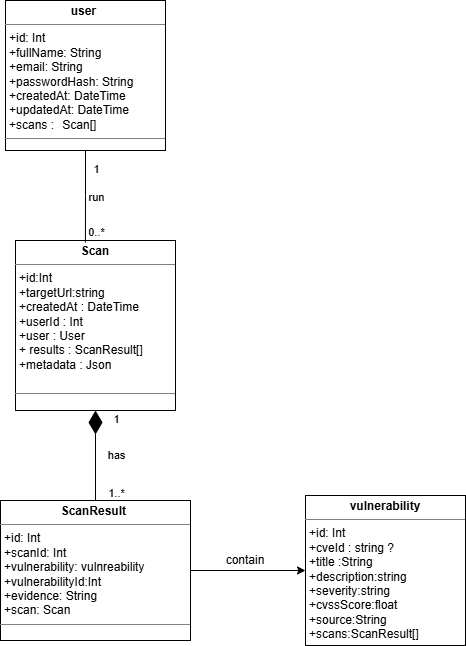
Earlier version of the draw.io export uploads/diagrams/classglobal.drawio.png (guizanimohamed23/report). Source tidied: cells renumbered, new cells last; positions are measured from the earlier drawing's top-left corner, leaving out a move shared by most shapes.
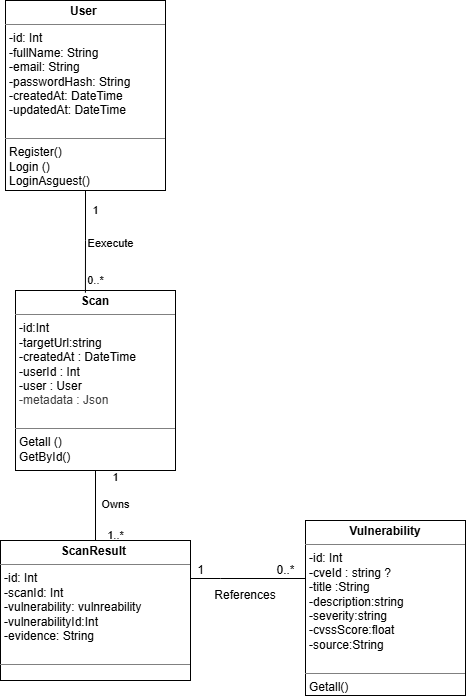
The same diagram one commit later.

What changed in the source:
```diff
@@ -2,7 +2,7 @@
   <root>
     <mxCell id="0" />
     <mxCell id="1" parent="0" />
-    <mxCell id="2" style="edgeStyle=orthogonalEdgeStyle;rounded=0;jettySize=auto;html=1;endArrow=none;endFill=0;startArrow=diamondThin;startFill=1;endSize=21;startSize=21;" parent="1" edge="1" source="6" target="9">
+    <mxCell id="2" style="edgeStyle=orthogonalEdgeStyle;rounded=0;jettySize=auto;html=1;endArrow=none;endFill=0;startArrow=none;startFill=0;endSize=21;startSize=21;" parent="1" edge="1" source="6" target="9">
       <mxGeometry relative="1" as="geometry" />
     </mxCell>
     <mxCell id="3" value="1..*" style="edgeLabel;html=1;align=center;verticalAlign=middle;" parent="2" vertex="1">
@@ -10,7 +10,7 @@
         <mxPoint x="21" as="offset" />
       </mxGeometry>
     </mxCell>
-    <mxCell id="4" value="has" style="edgeLabel;html=1;align=center;verticalAlign=middle;" parent="2" vertex="1">
+    <mxCell id="4" value="Owns" style="edgeLabel;html=1;align=center;verticalAlign=middle;" parent="2" vertex="1">
       <mxGeometry x="-0.03" relative="1" as="geometry">
         <mxPoint x="20" as="offset" />
       </mxGeometry>
@@ -20,17 +20,22 @@
         <mxPoint x="22" as="offset" />
       </mxGeometry>
     </mxCell>
-    <mxCell id="6" value="&lt;p style=&quot;margin:0px;margin-top:4px;text-align:center;&quot;&gt;&lt;b&gt;Scan&lt;/b&gt;&lt;/p&gt;&lt;hr size=&quot;1&quot; style=&quot;border-style:solid;&quot;&gt;&lt;p style=&quot;margin:0px;margin-left:4px;&quot;&gt;+id:Int&lt;/p&gt;&lt;p style=&quot;margin:0px;margin-left:4px;&quot;&gt;+targetUrl:string&amp;nbsp;&lt;/p&gt;&lt;p style=&quot;margin:0px;margin-left:4px;&quot;&gt;+createdAt : DateTime&lt;/p&gt;&lt;p style=&quot;margin:0px;margin-left:4px;&quot;&gt;&lt;span style=&quot;background-color: transparent; color: light-dark(rgb(0, 0, 0), rgb(255, 255, 255));&quot;&gt;+&lt;/span&gt;&lt;span style=&quot;background-color: transparent;&quot;&gt;userId :&lt;/span&gt;&lt;span style=&quot;background-color: transparent; color: light-dark(rgb(0, 0, 0), rgb(255, 255, 255));&quot;&gt;&amp;nbsp;&lt;/span&gt;&lt;span style=&quot;background-color: transparent;&quot;&gt;Int&lt;/span&gt;&lt;/p&gt;&lt;p style=&quot;margin:0px;margin-left:4px;&quot;&gt;+user :&amp;nbsp;User&lt;/p&gt;&lt;p style=&quot;margin:0px;margin-left:4px;&quot;&gt;+ results : ScanResult[]&lt;/p&gt;&lt;p style=&quot;margin:0px;margin-left:4px;&quot;&gt;+metadata :&amp;nbsp;Json&amp;nbsp;&lt;/p&gt;&lt;p style=&quot;margin:0px;margin-left:4px;&quot;&gt;&lt;br&gt;&lt;/p&gt;&lt;hr size=&quot;1&quot; style=&quot;border-style:solid;&quot;&gt;&lt;p style=&quot;margin:0px;margin-left:4px;&quot;&gt;&lt;br&gt;&lt;/p&gt;" style="verticalAlign=top;align=left;overflow=fill;html=1;whiteSpace=wrap;" parent="1" vertex="1">
-      <mxGeometry x="15" y="240" width="160" height="170" as="geometry" />
+    <mxCell id="6" value="&lt;p style=&quot;margin:0px;margin-top:4px;text-align:center;&quot;&gt;&lt;b&gt;Scan&lt;/b&gt;&lt;/p&gt;&lt;hr size=&quot;1&quot; style=&quot;border-style:solid;&quot;&gt;&lt;p style=&quot;margin:0px;margin-left:4px;&quot;&gt;-id:Int&lt;/p&gt;&lt;p style=&quot;margin:0px;margin-left:4px;&quot;&gt;-targetUrl:string&amp;nbsp;&lt;/p&gt;&lt;p style=&quot;margin:0px;margin-left:4px;&quot;&gt;-createdAt : DateTime&lt;/p&gt;&lt;p style=&quot;margin:0px;margin-left:4px;&quot;&gt;&lt;span style=&quot;background-color: transparent;&quot;&gt;&lt;font color=&quot;#000000&quot;&gt;-&lt;/font&gt;userId :&lt;/span&gt;&lt;span style=&quot;background-color: transparent; color: light-dark(rgb(0, 0, 0), rgb(255, 255, 255));&quot;&gt;&amp;nbsp;&lt;/span&gt;&lt;span style=&quot;background-color: transparent;&quot;&gt;Int&lt;/span&gt;&lt;/p&gt;&lt;p style=&quot;margin:0px;margin-left:4px;&quot;&gt;-user :&amp;nbsp;User&lt;/p&gt;&lt;p style=&quot;margin:0px;margin-left:4px;&quot;&gt;&lt;span style=&quot;color: rgb(63, 63, 63); background-color: transparent;&quot;&gt;-metadata :&amp;nbsp;Json&amp;nbsp;&lt;/span&gt;&lt;/p&gt;&lt;p style=&quot;margin:0px;margin-left:4px;&quot;&gt;&lt;br&gt;&lt;/p&gt;&lt;hr size=&quot;1&quot; style=&quot;border-style:solid;&quot;&gt;&lt;p style=&quot;margin:0px;margin-left:4px;&quot;&gt;Getall ()&lt;/p&gt;&lt;p style=&quot;margin:0px;margin-left:4px;&quot;&gt;GetById()&lt;br&gt;&lt;br&gt;&lt;/p&gt;" style="verticalAlign=top;align=left;overflow=fill;html=1;whiteSpace=wrap;" parent="1" vertex="1">
+      <mxGeometry x="15" y="290" width="160" height="180" as="geometry" />
     </mxCell>
-    <mxCell id="7" value="&lt;p style=&quot;margin:0px;margin-top:4px;text-align:center;&quot;&gt;&lt;b&gt;user&amp;nbsp;&lt;/b&gt;&lt;/p&gt;&lt;hr size=&quot;1&quot; style=&quot;border-style:solid;&quot;&gt;&lt;p style=&quot;margin:0px;margin-left:4px;&quot;&gt;+id: Int&lt;/p&gt;&lt;p style=&quot;margin:0px;margin-left:4px;&quot;&gt;+fullName: String&lt;/p&gt;&lt;p style=&quot;margin:0px;margin-left:4px;&quot;&gt;+email: String&lt;/p&gt;&lt;p style=&quot;margin:0px;margin-left:4px;&quot;&gt;+passwordHash: String&lt;/p&gt;&lt;p style=&quot;margin:0px;margin-left:4px;&quot;&gt;+createdAt: DateTime&lt;/p&gt;&lt;p style=&quot;margin:0px;margin-left:4px;&quot;&gt;+updatedAt: DateTime&lt;/p&gt;&lt;p style=&quot;margin:0px;margin-left:4px;&quot;&gt;+scans :&amp;nbsp;&lt;span style=&quot;white-space: pre;&quot;&gt;&#9;&lt;/span&gt;&lt;span style=&quot;background-color: transparent;&quot;&gt;Scan[]&lt;/span&gt;&lt;/p&gt;&lt;hr size=&quot;1&quot; style=&quot;border-style:solid;&quot;&gt;&lt;p style=&quot;margin:0px;margin-left:4px;&quot;&gt;&lt;br&gt;&lt;/p&gt;" style="verticalAlign=top;align=left;overflow=fill;html=1;whiteSpace=wrap;" parent="1" vertex="1">
-      <mxGeometry x="5" width="160" height="150" as="geometry" />
+    <mxCell id="7" value="&lt;p style=&quot;margin:0px;margin-top:4px;text-align:center;&quot;&gt;&lt;b&gt;User&amp;nbsp;&lt;/b&gt;&lt;/p&gt;&lt;hr size=&quot;1&quot; style=&quot;border-style:solid;&quot;&gt;&lt;p style=&quot;margin:0px;margin-left:4px;&quot;&gt;-id: Int&lt;/p&gt;&lt;p style=&quot;margin:0px;margin-left:4px;&quot;&gt;-fullName: String&lt;/p&gt;&lt;p style=&quot;margin:0px;margin-left:4px;&quot;&gt;-email: String&lt;/p&gt;&lt;p style=&quot;margin:0px;margin-left:4px;&quot;&gt;-passwordHash: String&lt;/p&gt;&lt;p style=&quot;margin:0px;margin-left:4px;&quot;&gt;-createdAt: DateTime&lt;/p&gt;&lt;p style=&quot;margin:0px;margin-left:4px;&quot;&gt;-updatedAt: DateTime&lt;/p&gt;&lt;p style=&quot;margin:0px;margin-left:4px;&quot;&gt;&lt;br&gt;&lt;/p&gt;&lt;hr size=&quot;1&quot; style=&quot;border-style:solid;&quot;&gt;&lt;p style=&quot;margin:0px;margin-left:4px;&quot;&gt;Register()&lt;/p&gt;&lt;p style=&quot;margin:0px;margin-left:4px;&quot;&gt;Login ()&lt;/p&gt;&lt;p style=&quot;margin:0px;margin-left:4px;&quot;&gt;LoginAsguest()&lt;br&gt;&lt;br&gt;&lt;/p&gt;" style="verticalAlign=top;align=left;overflow=fill;html=1;whiteSpace=wrap;" parent="1" vertex="1">
+      <mxGeometry x="5" width="160" height="190" as="geometry" />
     </mxCell>
-    <mxCell id="8" style="edgeStyle=orthogonalEdgeStyle;rounded=0;jettySize=auto;html=1;" parent="1" edge="1" source="9" target="14">
-      <mxGeometry relative="1" as="geometry" />
+    <mxCell id="8" style="edgeStyle=orthogonalEdgeStyle;rounded=0;jettySize=auto;html=1;endArrow=none;endFill=0;" parent="1" edge="1" source="9" target="14">
+      <mxGeometry relative="1" as="geometry">
+        <Array as="points">
+          <mxPoint x="220" y="578" />
+          <mxPoint x="220" y="578" />
+        </Array>
+      </mxGeometry>
     </mxCell>
-    <mxCell id="9" value="&lt;p style=&quot;margin:0px;margin-top:4px;text-align:center;&quot;&gt;&lt;b&gt;ScanResult&amp;nbsp;&lt;/b&gt;&lt;/p&gt;&lt;hr size=&quot;1&quot; style=&quot;border-style:solid;&quot;&gt;&lt;p style=&quot;margin:0px;margin-left:4px;&quot;&gt;+id: Int&lt;/p&gt;&lt;p style=&quot;margin:0px;margin-left:4px;&quot;&gt;+scanId: Int&lt;/p&gt;&lt;p style=&quot;margin:0px;margin-left:4px;&quot;&gt;+vulnerability: vulnreability&lt;/p&gt;&lt;p style=&quot;margin:0px;margin-left:4px;&quot;&gt;+&lt;span style=&quot;background-color: transparent; color: light-dark(rgb(0, 0, 0), rgb(255, 255, 255));&quot;&gt;vulnerabilityId:Int&lt;/span&gt;&lt;/p&gt;&lt;p style=&quot;margin:0px;margin-left:4px;&quot;&gt;+evidence: String&lt;/p&gt;&lt;p style=&quot;margin:0px;margin-left:4px;&quot;&gt;+scan: Scan&amp;nbsp;&lt;/p&gt;&lt;hr size=&quot;1&quot; style=&quot;border-style:solid;&quot;&gt;&lt;p style=&quot;margin:0px;margin-left:4px;&quot;&gt;&lt;br&gt;&lt;/p&gt;" style="verticalAlign=top;align=left;overflow=fill;html=1;whiteSpace=wrap;" parent="1" vertex="1">
-      <mxGeometry y="500" width="190" height="140" as="geometry" />
+    <mxCell id="9" value="&lt;p style=&quot;margin:0px;margin-top:4px;text-align:center;&quot;&gt;&lt;b&gt;ScanResult&amp;nbsp;&lt;/b&gt;&lt;/p&gt;&lt;hr size=&quot;1&quot; style=&quot;border-style:solid;&quot;&gt;&lt;p style=&quot;margin:0px;margin-left:4px;&quot;&gt;-id: Int&lt;/p&gt;&lt;p style=&quot;margin:0px;margin-left:4px;&quot;&gt;-scanId: Int&lt;/p&gt;&lt;p style=&quot;margin:0px;margin-left:4px;&quot;&gt;-vulnerability: vulnreability&lt;/p&gt;&lt;p style=&quot;margin:0px;margin-left:4px;&quot;&gt;&lt;span style=&quot;background-color: transparent;&quot;&gt;-&lt;/span&gt;&lt;span style=&quot;background-color: transparent; color: light-dark(rgb(0, 0, 0), rgb(255, 255, 255));&quot;&gt;vulnerabilityId:Int&lt;/span&gt;&lt;/p&gt;&lt;p style=&quot;margin:0px;margin-left:4px;&quot;&gt;-evidence: String&lt;/p&gt;&lt;p style=&quot;margin:0px;margin-left:4px;&quot;&gt;&amp;nbsp;&lt;/p&gt;&lt;hr size=&quot;1&quot; style=&quot;border-style:solid;&quot;&gt;&lt;p style=&quot;margin:0px;margin-left:4px;&quot;&gt;&lt;br&gt;&lt;/p&gt;" style="verticalAlign=top;align=left;overflow=fill;html=1;whiteSpace=wrap;" parent="1" vertex="1">
+      <mxGeometry y="540" width="190" height="140" as="geometry" />
     </mxCell>
     <mxCell id="10" style="edgeStyle=orthogonalEdgeStyle;rounded=0;jettySize=auto;html=1;exitX=0.5;exitY=1;exitDx=0;exitDy=0;endArrow=none;endFill=0;entryX=0.437;entryY=0.012;entryDx=0;entryDy=0;entryPerimeter=0;" parent="1" edge="1" source="7" target="6">
       <mxGeometry relative="1" as="geometry" />
@@ -45,16 +50,22 @@
         <mxPoint x="9" y="1" as="offset" />
       </mxGeometry>
     </mxCell>
-    <mxCell id="13" value="run" style="edgeLabel;html=1;align=center;verticalAlign=middle;" parent="10" vertex="1">
+    <mxCell id="13" value="Eexecute" style="edgeLabel;html=1;align=center;verticalAlign=middle;" parent="10" vertex="1">
       <mxGeometry x="0.02" y="3" relative="1" as="geometry">
-        <mxPoint x="7" as="offset" />
+        <mxPoint x="22" as="offset" />
       </mxGeometry>
     </mxCell>
-    <mxCell id="14" value="&lt;p style=&quot;margin:0px;margin-top:4px;text-align:center;&quot;&gt;&lt;b&gt;vulnerability&lt;/b&gt;&lt;/p&gt;&lt;hr size=&quot;1&quot; style=&quot;border-style:solid;&quot;&gt;&lt;p style=&quot;margin:0px;margin-left:4px;&quot;&gt;+id: Int&lt;/p&gt;&lt;p style=&quot;margin:0px;margin-left:4px;&quot;&gt;+cveId : string ?&lt;/p&gt;&lt;p style=&quot;margin:0px;margin-left:4px;&quot;&gt;+title :String&lt;/p&gt;&lt;p style=&quot;margin:0px;margin-left:4px;&quot;&gt;+description:string&lt;/p&gt;&lt;p style=&quot;margin:0px;margin-left:4px;&quot;&gt;+severity:string&lt;/p&gt;&lt;p style=&quot;margin:0px;margin-left:4px;&quot;&gt;+cvssScore:float&amp;nbsp;&lt;/p&gt;&lt;p style=&quot;margin:0px;margin-left:4px;&quot;&gt;+source:String&amp;nbsp;&lt;/p&gt;&lt;p style=&quot;margin:0px;margin-left:4px;&quot;&gt;+scans:ScanResult[]&lt;/p&gt;&lt;hr size=&quot;1&quot; style=&quot;border-style:solid;&quot;&gt;&lt;p style=&quot;margin:0px;margin-left:4px;&quot;&gt;&lt;br&gt;&lt;/p&gt;" style="verticalAlign=top;align=left;overflow=fill;html=1;whiteSpace=wrap;" parent="1" vertex="1">
-      <mxGeometry x="305" y="495" width="160" height="150" as="geometry" />
+    <mxCell id="14" value="&lt;p style=&quot;margin:0px;margin-top:4px;text-align:center;&quot;&gt;&lt;b&gt;Vulnerability&lt;/b&gt;&lt;/p&gt;&lt;hr size=&quot;1&quot; style=&quot;border-style:solid;&quot;&gt;&lt;p style=&quot;margin:0px;margin-left:4px;&quot;&gt;-id: Int&lt;/p&gt;&lt;p style=&quot;margin:0px;margin-left:4px;&quot;&gt;-cveId : string ?&lt;/p&gt;&lt;p style=&quot;margin:0px;margin-left:4px;&quot;&gt;-title :String&lt;/p&gt;&lt;p style=&quot;margin:0px;margin-left:4px;&quot;&gt;-description:string&lt;/p&gt;&lt;p style=&quot;margin:0px;margin-left:4px;&quot;&gt;-severity:string&lt;/p&gt;&lt;p style=&quot;margin:0px;margin-left:4px;&quot;&gt;-cvssScore:float&amp;nbsp;&lt;/p&gt;&lt;p style=&quot;margin:0px;margin-left:4px;&quot;&gt;-source:String&amp;nbsp;&lt;/p&gt;&lt;p style=&quot;margin:0px;margin-left:4px;&quot;&gt;&lt;br&gt;&lt;/p&gt;&lt;hr size=&quot;1&quot; style=&quot;border-style:solid;&quot;&gt;&lt;p style=&quot;margin:0px;margin-left:4px;&quot;&gt;Getall()&lt;/p&gt;" style="verticalAlign=top;align=left;overflow=fill;html=1;whiteSpace=wrap;" parent="1" vertex="1">
+      <mxGeometry x="305" y="520" width="160" height="175" as="geometry" />
     </mxCell>
-    <mxCell id="15" value="contain" style="text;html=1;whiteSpace=wrap;strokeColor=none;fillColor=none;align=center;verticalAlign=middle;rounded=0;" parent="1" vertex="1">
-      <mxGeometry x="215" y="545" width="60" height="30" as="geometry" />
+    <mxCell id="15" value="References" style="text;html=1;whiteSpace=wrap;strokeColor=none;fillColor=none;align=center;verticalAlign=middle;rounded=0;" parent="1" vertex="1">
+      <mxGeometry x="215" y="580" width="60" height="30" as="geometry" />
     </mxCell>
+    <mxCell id="16" value="0..*" style="text;html=1;align=center;verticalAlign=middle;strokeColor=none;fillColor=none;" parent="1" vertex="1">
+      <mxGeometry x="265" y="555" width="40" height="30" as="geometry" />
+    </mxCell>
+    <mxCell id="17" value="1" style="text;html=1;align=center;verticalAlign=middle;strokeColor=none;fillColor=none;" parent="1" vertex="1">
+      <mxGeometry x="185" y="555" width="30" height="30" as="geometry" />
+    </mxCell>
   </root>
 </mxGraphModel>
```
